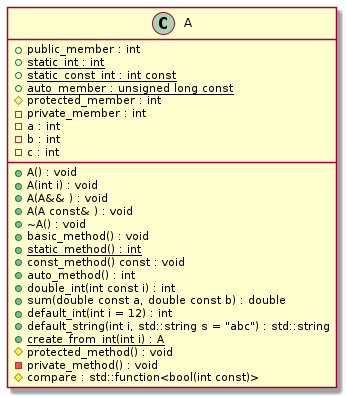
bkryza/clang-uml keeps this PlantUML diagram as docs/test_cases/t00003_class.png. Above is the earlier version.
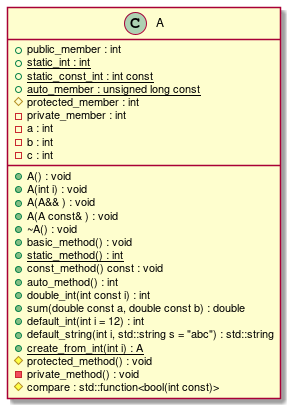
The same diagram one commit later.

Diff of the diagram source:
```diff
@@ -1,7 +1,7 @@
 @startuml
-class "A" as C_0000000011
+class "A" as C_0000000015
 
-class C_0000000011 {
+class C_0000000015 {
 +A() : void
 +A(int i) : void
 +A(A&& ) : void
```
